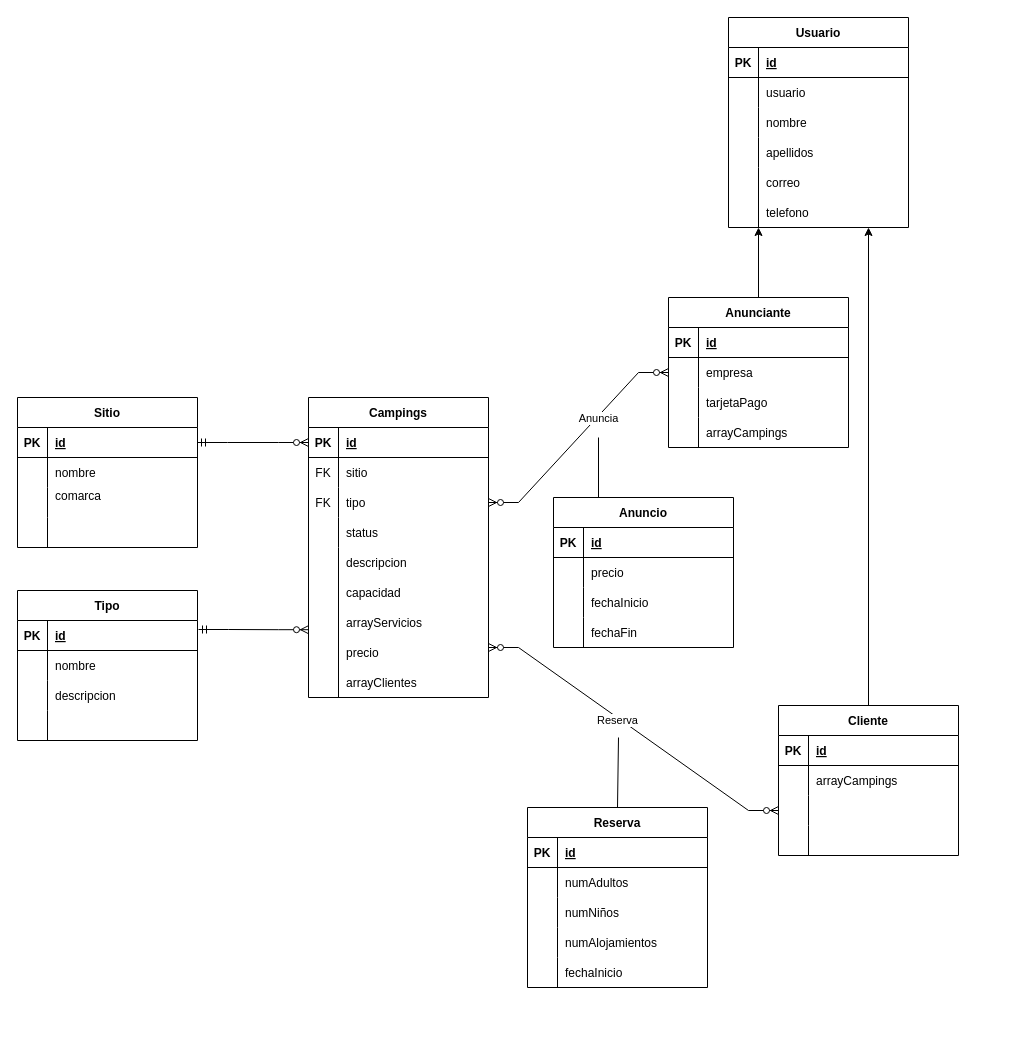
Earlier version of the draw.io diagram documentacion/diagramaClases.drawio (victxrms/TABD). Source tidied: cells renumbered, new cells numbered last; positions are measured from the earlier drawing's top-left corner, leaving out a move shared by most shapes. Both pictures are drawn from the tidied source at 100%, with x=0, y=0 at pixel (17, 17).
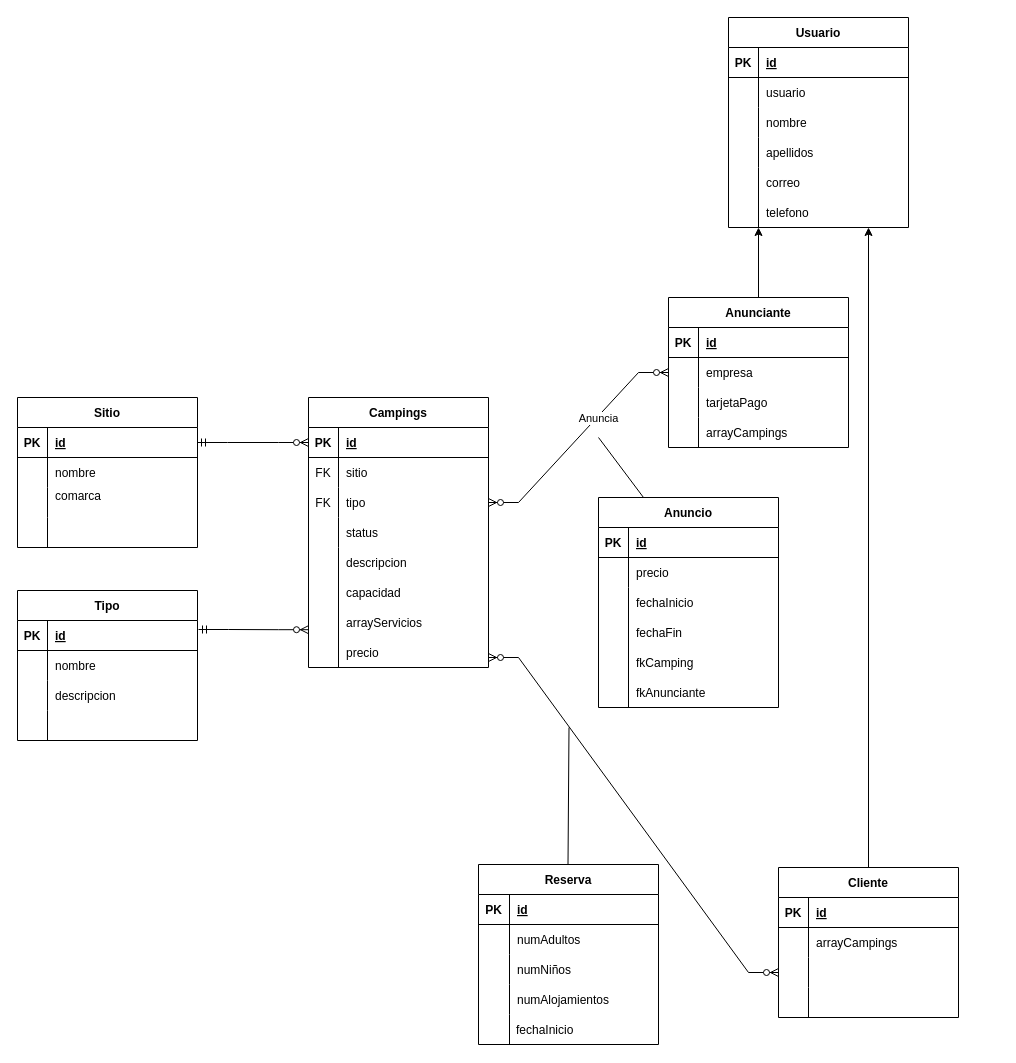
The same diagram, later.

Commit message (it also covers changes not shown here):
triggers y tablas

Unchanged cells that the change refers to:
```xml
<mxCell id="71" style="shape=tableRow;horizontal=0;startSize=0;swimlaneHead=0;swimlaneBody=0;fillColor=none;points=[[0,0.5],[1,0.5]];portConstraint=eastwest;top=0;left=0;right=0;bottom=0;" parent="64" vertex="1">
  <mxGeometry y="90" width="180" height="30" as="geometry" />
</mxCell>
<mxCell id="125" style="shape=tableRow;horizontal=0;startSize=0;swimlaneHead=0;swimlaneBody=0;fillColor=none;top=0;left=0;right=0;bottom=1;strokeColor=default;" parent="124" vertex="1">
  <mxGeometry y="30" width="180" height="30" as="geometry" />
</mxCell>
<mxCell id="128" style="shape=tableRow;horizontal=0;startSize=0;swimlaneHead=0;swimlaneBody=0;fillColor=none;top=0;left=0;right=0;bottom=0;strokeColor=default;" parent="124" vertex="1">
  <mxGeometry y="60" width="180" height="30" as="geometry" />
</mxCell>
<mxCell id="131" style="shape=tableRow;horizontal=0;startSize=0;swimlaneHead=0;swimlaneBody=0;fillColor=none;top=0;left=0;right=0;bottom=0;strokeColor=default;" parent="124" vertex="1">
  <mxGeometry y="90" width="180" height="30" as="geometry" />
</mxCell>
<mxCell id="134" style="shape=tableRow;horizontal=0;startSize=0;swimlaneHead=0;swimlaneBody=0;fillColor=none;top=0;left=0;right=0;bottom=0;strokeColor=default;" parent="124" vertex="1">
  <mxGeometry y="120" width="180" height="30" as="geometry" />
</mxCell>
```

What changed in the source:
```diff
@@
     <mxCell id="2" value="Campings" style="shape=table;startSize=30;childLayout=tableLayout;rowLines=0;fontStyle=1;align=center;" parent="1" vertex="1">
-      <mxGeometry x="291" y="380" width="180" height="300" as="geometry" />
+      <mxGeometry x="291" y="380" width="180" height="270" as="geometry" />
     </mxCell>
@@
     <mxCell id="21" style="endArrow=none;html=1;rounded=0;" parent="1" edge="1">
       <mxGeometry relative="1" as="geometry">
-        <mxPoint x="321" y="680" as="sourcePoint" />
+        <mxPoint x="321" y="650" as="sourcePoint" />
         <mxPoint x="321" y="530" as="targetPoint" />
       </mxGeometry>
     </mxCell>
@@
-    <mxCell id="25" value="arrayClientes" style="shape=partialRectangle;fillColor=none;top=0;left=0;bottom=0;right=0;align=left;spacingLeft=6;overflow=hidden;gradientColor=none;strokeColor=none;" parent="1" vertex="1">
-      <mxGeometry x="321" y="650" width="150" height="30" as="geometry" />
-    </mxCell>
@@
     <mxCell id="45" style="shape=partialRectangle;fillColor=none;top=0;left=0;bottom=0;right=0;overflow=hidden;" parent="1" vertex="1">
-      <mxGeometry x="711" y="650" width="30" height="30" as="geometry" />
+      <mxGeometry x="746" y="660" width="30" height="30" as="geometry" />
     </mxCell>
@@
     <mxCell id="60" style="shape=partialRectangle;fillColor=none;top=0;left=0;bottom=0;right=0;overflow=hidden;" parent="1" vertex="1">
-      <mxGeometry x="621" y="820" width="30" height="30" as="geometry" />
+      <mxGeometry x="631" y="817" width="30" height="30" as="geometry" />
     </mxCell>
     <mxCell id="61" style="shape=partialRectangle;fillColor=none;top=0;left=0;bottom=0;right=0;overflow=hidden;" parent="1" vertex="1">
-      <mxGeometry x="621" y="850" width="30" height="30" as="geometry" />
+      <mxGeometry x="631" y="847" width="30" height="30" as="geometry" />
     </mxCell>
@@
     <mxCell id="64" value="Cliente" style="shape=table;startSize=30;childLayout=tableLayout;rowLines=0;fontStyle=1;align=center;" parent="1" vertex="1">
-      <mxGeometry x="761" y="688" width="180" height="150" as="geometry" />
+      <mxGeometry x="761" y="850" width="180" height="150" as="geometry" />
     </mxCell>
@@
     <mxCell id="80" style="edgeStyle=entityRelationEdgeStyle;fontSize=12;html=1;endArrow=ERzeroToMany;endFill=1;startArrow=ERzeroToMany;rounded=0;entryX=0;entryY=0.5;entryDx=0;entryDy=0;" parent="1" edge="1" target="71">
       <mxGeometry relative="1" as="geometry">
-        <mxPoint x="471" y="630" as="sourcePoint" />
+        <mxPoint x="471" y="640" as="sourcePoint" />
       </mxGeometry>
     </mxCell>
-    <mxCell id="81" value="Reserva" style="edgeLabel;html=1;align=center;verticalAlign=middle;" parent="80" vertex="1">
-      <mxGeometry x="-0.11" y="-2" relative="1" as="geometry" />
-    </mxCell>
@@
     <mxCell id="110" value="Anuncio" style="shape=table;startSize=30;childLayout=tableLayout;rowLines=0;fontStyle=1;align=center;strokeColor=default;fillColor=none;gradientColor=none;" parent="1" vertex="1">
-      <mxGeometry x="536" y="480" width="180" height="150" as="geometry" />
+      <mxGeometry x="581" y="480" width="180" height="210" as="geometry" />
     </mxCell>
@@
     <mxCell id="124" value="Reserva" style="shape=table;startSize=30;childLayout=tableLayout;rowLines=0;fontStyle=1;align=center;strokeColor=default;fillColor=none;gradientColor=none;" parent="1" vertex="1">
-      <mxGeometry x="510" y="790" width="180" height="180" as="geometry" />
+      <mxGeometry x="461" y="847" width="180" height="180" as="geometry" />
     </mxCell>
@@
     <mxCell id="126" value="PK" style="shape=partialRectangle;fillColor=none;top=0;left=0;bottom=0;right=0;fontStyle=1;overflow=hidden;strokeColor=default;" parent="125" vertex="1">
-      <mxGeometry width="30" height="30" as="geometry" />
+      <mxGeometry width="31" height="30" as="geometry" />
     </mxCell>
     <mxCell id="127" value="id" style="shape=partialRectangle;fillColor=none;top=0;left=0;bottom=0;right=0;align=left;spacingLeft=6;fontStyle=5;overflow=hidden;strokeColor=default;" parent="125" vertex="1">
-      <mxGeometry x="30" width="150" height="30" as="geometry" />
+      <mxGeometry x="31" width="149" height="30" as="geometry" />
     </mxCell>
@@
     <mxCell id="129" style="shape=partialRectangle;fillColor=none;top=0;left=0;bottom=0;right=0;overflow=hidden;strokeColor=default;" parent="128" vertex="1">
-      <mxGeometry width="30" height="30" as="geometry" />
+      <mxGeometry width="31" height="30" as="geometry" />
     </mxCell>
     <mxCell id="130" value="numAdultos" style="shape=partialRectangle;fillColor=none;top=0;left=0;bottom=0;right=0;align=left;spacingLeft=6;overflow=hidden;strokeColor=default;" parent="128" vertex="1">
-      <mxGeometry x="30" width="150" height="30" as="geometry" />
+      <mxGeometry x="31" width="149" height="30" as="geometry" />
     </mxCell>
@@
     <mxCell id="132" style="shape=partialRectangle;fillColor=none;top=0;left=0;bottom=0;right=0;overflow=hidden;strokeColor=default;" parent="131" vertex="1">
-      <mxGeometry width="30" height="30" as="geometry" />
+      <mxGeometry width="31" height="30" as="geometry" />
     </mxCell>
     <mxCell id="133" value="numNiños" style="shape=partialRectangle;fillColor=none;top=0;left=0;bottom=0;right=0;align=left;spacingLeft=6;overflow=hidden;strokeColor=default;" parent="131" vertex="1">
-      <mxGeometry x="30" width="150" height="30" as="geometry" />
+      <mxGeometry x="31" width="149" height="30" as="geometry" />
     </mxCell>
@@
     <mxCell id="135" style="shape=partialRectangle;fillColor=none;top=0;left=0;bottom=0;right=0;overflow=hidden;strokeColor=default;" parent="134" vertex="1">
-      <mxGeometry width="30" height="30" as="geometry" />
+      <mxGeometry width="31" height="30" as="geometry" />
     </mxCell>
     <mxCell id="136" value="numAlojamientos" style="shape=partialRectangle;fillColor=none;top=0;left=0;bottom=0;right=0;align=left;spacingLeft=6;overflow=hidden;strokeColor=default;" parent="134" vertex="1">
-      <mxGeometry x="30" width="150" height="30" as="geometry" />
+      <mxGeometry x="31" width="149" height="30" as="geometry" />
     </mxCell>
     <mxCell id="137" value="fechaInicio" style="shape=partialRectangle;fillColor=none;top=0;left=0;bottom=0;right=0;align=left;spacingLeft=6;overflow=hidden;strokeColor=default;" parent="1" vertex="1">
-      <mxGeometry x="540" y="940" width="150" height="30" as="geometry" />
+      <mxGeometry x="491" y="997" width="150" height="30" as="geometry" />
     </mxCell>
     <mxCell id="138" style="endArrow=none;html=1;rounded=0;" parent="1" edge="1">
       <mxGeometry relative="1" as="geometry">
-        <mxPoint x="540" y="970" as="sourcePoint" />
-        <mxPoint x="540" y="940" as="targetPoint" />
+        <mxPoint x="492" y="1027" as="sourcePoint" />
+        <mxPoint x="492" y="997" as="targetPoint" />
       </mxGeometry>
     </mxCell>
-    <mxCell id="139" style="endArrow=none;html=1;rounded=0;exitX=0.5;exitY=0;exitDx=0;exitDy=0;" parent="1" edge="1" source="124">
+    <mxCell id="139" style="endArrow=none;html=1;rounded=0;" parent="1" edge="1">
       <mxGeometry relative="1" as="geometry">
-        <mxPoint x="601" y="720" as="targetPoint" />
+        <mxPoint x="550.5" y="847" as="sourcePoint" />
+        <mxPoint x="551.5" y="710" as="targetPoint" />
       </mxGeometry>
     </mxCell>
+    <mxCell id="140" style="endArrow=none;html=1;rounded=0;" parent="1" edge="1">
+      <mxGeometry relative="1" as="geometry">
+        <mxPoint x="611" y="690" as="sourcePoint" />
+        <mxPoint x="611" y="571" as="targetPoint" />
+      </mxGeometry>
+    </mxCell>
+    <mxCell id="141" value="fkCamping" style="shape=partialRectangle;fillColor=none;top=0;left=0;bottom=0;right=0;align=left;spacingLeft=6;overflow=hidden;gradientColor=none;strokeColor=none;" parent="1" vertex="1">
+      <mxGeometry x="611" y="630" width="150" height="30" as="geometry" />
+    </mxCell>
+    <mxCell id="142" value="fkAnunciante" style="shape=partialRectangle;fillColor=none;top=0;left=0;bottom=0;right=0;align=left;spacingLeft=6;overflow=hidden;strokeColor=default;gradientColor=none;" parent="1" vertex="1">
+      <mxGeometry x="611" y="660" width="150" height="30" as="geometry" />
+    </mxCell>
```
